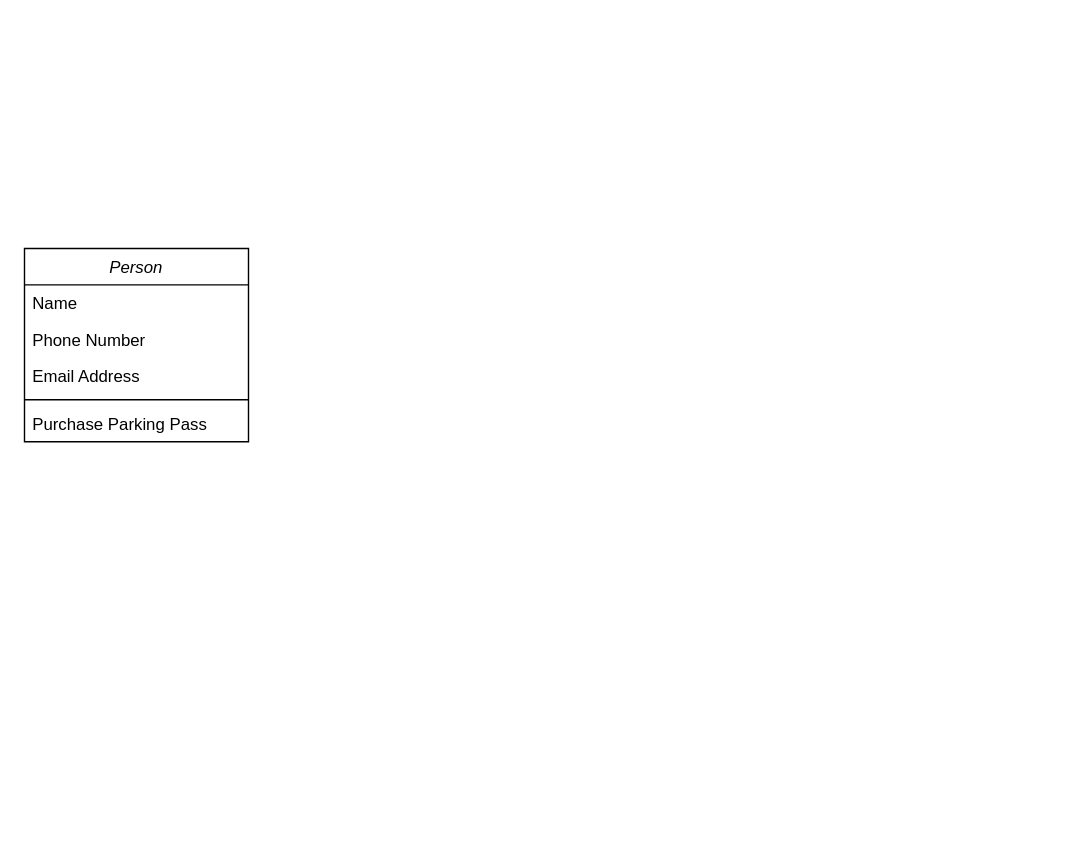
le-affes/ep_so keeps this draw.io diagram as ClassDiagram.drawio. Above is the earlier version. Source tidied: cells renumbered, new cells numbered last; positions are measured from the earlier drawing's top-left corner, leaving out a move shared by most shapes. Both pictures are drawn from the tidied source at 140%, with x=0, y=0 at pixel (24, 248).
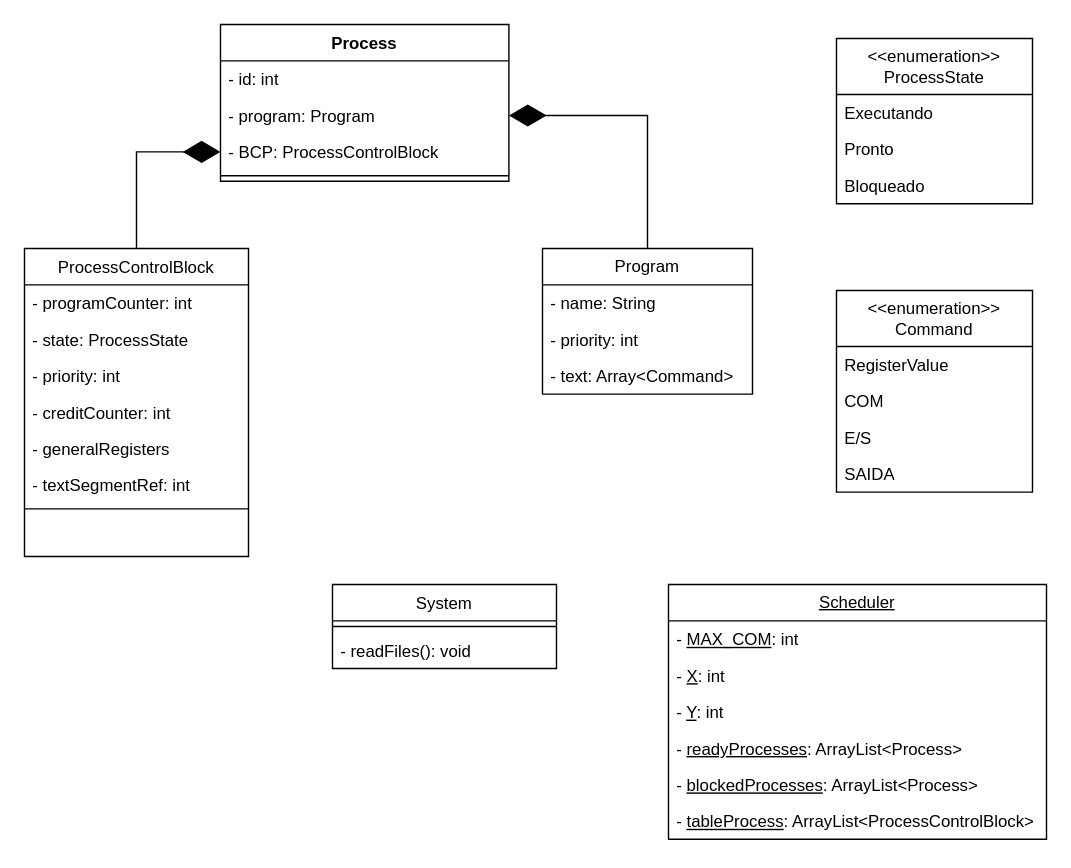
Above is the later version.

What changed in the source:
```diff
@@
+    <mxCell id="8" style="edgeStyle=orthogonalEdgeStyle;rounded=0;jettySize=auto;html=1;exitX=0.5;exitY=0;exitDx=0;exitDy=0;entryX=0;entryY=0.5;entryDx=0;entryDy=0;endArrow=diamondThin;endFill=1;strokeColor=default;endSize=24;" parent="1" edge="1" source="2" target="15">
+      <mxGeometry relative="1" as="geometry" />
+    </mxCell>
-    <mxCell id="2" value="Person" style="swimlane;fontStyle=2;align=center;verticalAlign=top;horizontal=1;startSize=26;rounded=0;shadow=0;strokeWidth=1;" parent="1" vertex="1">
-      <mxGeometry width="160" height="138" as="geometry" />
+    <mxCell id="2" value="ProcessControlBlock" style="swimlane;fontStyle=0;align=center;verticalAlign=top;horizontal=1;startSize=26;rounded=0;shadow=0;strokeWidth=1;" parent="1" vertex="1">
+      <mxGeometry width="160" height="220" as="geometry" />
     </mxCell>
-    <mxCell id="3" value="Name" style="text;align=left;verticalAlign=top;spacingLeft=4;spacingRight=4;overflow=hidden;" parent="2" vertex="1">
+    <mxCell id="3" value="- programCounter: int" style="text;align=left;verticalAlign=top;spacingLeft=4;spacingRight=4;overflow=hidden;" parent="2" vertex="1">
       <mxGeometry y="26" width="160" height="26" as="geometry" />
     </mxCell>
-    <mxCell id="4" value="Phone Number" style="text;align=left;verticalAlign=top;spacingLeft=4;spacingRight=4;overflow=hidden;rounded=0;shadow=0;html=0;" parent="2" vertex="1">
+    <mxCell id="4" value="- state: ProcessState" style="text;align=left;verticalAlign=top;spacingLeft=4;spacingRight=4;overflow=hidden;rounded=0;shadow=0;html=0;" parent="2" vertex="1">
       <mxGeometry y="52" width="160" height="26" as="geometry" />
     </mxCell>
-    <mxCell id="5" value="Email Address" style="text;align=left;verticalAlign=top;spacingLeft=4;spacingRight=4;overflow=hidden;rounded=0;shadow=0;html=0;" parent="2" vertex="1">
+    <mxCell id="5" value="- priority: int" style="text;align=left;verticalAlign=top;spacingLeft=4;spacingRight=4;overflow=hidden;rounded=0;shadow=0;html=0;" parent="2" vertex="1">
       <mxGeometry y="78" width="160" height="26" as="geometry" />
     </mxCell>
+    <mxCell id="9" value="- creditCounter: int" style="text;align=left;verticalAlign=top;spacingLeft=4;spacingRight=4;overflow=hidden;rounded=0;shadow=0;html=0;" parent="2" vertex="1">
+      <mxGeometry y="104" width="160" height="26" as="geometry" />
+    </mxCell>
+    <mxCell id="10" value="- generalRegisters" style="text;align=left;verticalAlign=top;spacingLeft=4;spacingRight=4;overflow=hidden;rounded=0;shadow=0;html=0;" parent="2" vertex="1">
+      <mxGeometry y="130" width="160" height="26" as="geometry" />
+    </mxCell>
+    <mxCell id="11" value="- textSegmentRef: int" style="text;align=left;verticalAlign=top;spacingLeft=4;spacingRight=4;overflow=hidden;" parent="2" vertex="1">
+      <mxGeometry y="156" width="160" height="26" as="geometry" />
+    </mxCell>
     <mxCell id="6" style="line;html=1;strokeWidth=1;align=left;verticalAlign=middle;spacingTop=-1;spacingLeft=3;spacingRight=3;labelPosition=right;" parent="2" vertex="1">
-      <mxGeometry y="104" width="160" height="8" as="geometry" />
+      <mxGeometry y="182" width="160" height="8" as="geometry" />
     </mxCell>
-    <mxCell id="7" value="Purchase Parking Pass" style="text;align=left;verticalAlign=top;spacingLeft=4;spacingRight=4;overflow=hidden;" parent="2" vertex="1">
-      <mxGeometry y="112" width="160" height="26" as="geometry" />
-    </mxCell>
+    <mxCell id="12" value="Process" style="swimlane;fontStyle=1;align=center;verticalAlign=top;horizontal=1;startSize=26;whiteSpace=wrap;html=1;" parent="1" vertex="1">
+      <mxGeometry x="140" y="-160" width="206" height="112" as="geometry" />
+    </mxCell>
+    <mxCell id="13" value="- id: int" style="text;strokeColor=none;fillColor=none;align=left;verticalAlign=top;spacingLeft=4;spacingRight=4;overflow=hidden;whiteSpace=wrap;html=1;" parent="12" vertex="1">
+      <mxGeometry y="26" width="206" height="26" as="geometry" />
+    </mxCell>
+    <mxCell id="14" value="- program: Program" style="text;strokeColor=none;fillColor=none;align=left;verticalAlign=top;spacingLeft=4;spacingRight=4;overflow=hidden;points=[[0,0.5],[1,0.5]];portConstraint=eastwest;whiteSpace=wrap;html=1;" parent="12" vertex="1">
+      <mxGeometry y="52" width="206" height="26" as="geometry" />
+    </mxCell>
+    <mxCell id="15" value="- BCP: P&lt;span style=&quot;background-color: initial;&quot;&gt;rocessControlBlock&lt;/span&gt;" style="text;strokeColor=none;fillColor=none;align=left;verticalAlign=top;spacingLeft=4;spacingRight=4;overflow=hidden;points=[[0,0.5],[1,0.5]];portConstraint=eastwest;whiteSpace=wrap;html=1;" parent="12" vertex="1">
+      <mxGeometry y="78" width="206" height="26" as="geometry" />
+    </mxCell>
+    <mxCell id="16" style="line;strokeWidth=1;fillColor=none;align=left;verticalAlign=middle;spacingTop=-1;spacingLeft=3;spacingRight=3;labelPosition=right;strokeColor=inherit;" parent="12" vertex="1">
+      <mxGeometry y="104" width="206" height="8" as="geometry" />
+    </mxCell>
+    <mxCell id="17" value="&lt;u&gt;Scheduler&lt;/u&gt;" style="swimlane;fontStyle=0;horizontal=1;startSize=26;fillColor=none;whiteSpace=wrap;html=1;" parent="1" vertex="1">
+      <mxGeometry x="460" y="240" width="270" height="182" as="geometry" />
+    </mxCell>
+    <mxCell id="18" value="- &lt;u&gt;MAX_COM&lt;/u&gt;: int" style="text;strokeColor=none;fillColor=none;align=left;verticalAlign=top;spacingLeft=4;spacingRight=4;overflow=hidden;whiteSpace=wrap;html=1;" parent="17" vertex="1">
+      <mxGeometry y="26" width="270" height="26" as="geometry" />
+    </mxCell>
+    <mxCell id="19" value="- &lt;u&gt;X&lt;/u&gt;: int" style="text;strokeColor=none;fillColor=none;align=left;verticalAlign=top;spacingLeft=4;spacingRight=4;overflow=hidden;whiteSpace=wrap;html=1;" parent="17" vertex="1">
+      <mxGeometry y="52" width="270" height="26" as="geometry" />
+    </mxCell>
+    <mxCell id="20" value="- &lt;u&gt;Y&lt;/u&gt;: int" style="text;strokeColor=none;fillColor=none;align=left;verticalAlign=top;spacingLeft=4;spacingRight=4;overflow=hidden;whiteSpace=wrap;html=1;" parent="17" vertex="1">
+      <mxGeometry y="78" width="270" height="26" as="geometry" />
+    </mxCell>
+    <mxCell id="21" value="- &lt;u&gt;readyProcesses&lt;/u&gt;: ArrayList&amp;lt;Process&amp;gt;" style="text;strokeColor=none;fillColor=none;align=left;verticalAlign=top;spacingLeft=4;spacingRight=4;overflow=hidden;whiteSpace=wrap;html=1;" parent="17" vertex="1">
+      <mxGeometry y="104" width="270" height="26" as="geometry" />
+    </mxCell>
+    <mxCell id="22" value="- &lt;u&gt;blockedProcesses&lt;/u&gt;: ArrayList&amp;lt;Process&amp;gt;" style="text;strokeColor=none;fillColor=none;align=left;verticalAlign=top;spacingLeft=4;spacingRight=4;overflow=hidden;whiteSpace=wrap;html=1;" parent="17" vertex="1">
+      <mxGeometry y="130" width="270" height="26" as="geometry" />
+    </mxCell>
+    <mxCell id="23" value="- &lt;u&gt;tableProcess&lt;/u&gt;: ArrayList&amp;lt;&lt;span style=&quot;text-align: center; text-wrap: nowrap;&quot;&gt;ProcessControlBlock&lt;/span&gt;&amp;gt;" style="text;strokeColor=none;fillColor=none;align=left;verticalAlign=top;spacingLeft=4;spacingRight=4;overflow=hidden;whiteSpace=wrap;html=1;" parent="17" vertex="1">
+      <mxGeometry y="156" width="270" height="26" as="geometry" />
+    </mxCell>
+    <mxCell id="24" value="&amp;lt;&amp;lt;enumeration&amp;gt;&amp;gt;&lt;br&gt;ProcessState" style="swimlane;fontStyle=0;horizontal=1;startSize=40;fillColor=none;whiteSpace=wrap;html=1;" parent="1" vertex="1">
+      <mxGeometry x="580" y="-150" width="140" height="118" as="geometry" />
+    </mxCell>
+    <mxCell id="25" value="Executando" style="text;strokeColor=none;fillColor=none;align=left;verticalAlign=top;spacingLeft=4;spacingRight=4;overflow=hidden;whiteSpace=wrap;html=1;" parent="24" vertex="1">
+      <mxGeometry y="40" width="140" height="26" as="geometry" />
+    </mxCell>
+    <mxCell id="26" value="Pronto" style="text;strokeColor=none;fillColor=none;align=left;verticalAlign=top;spacingLeft=4;spacingRight=4;overflow=hidden;whiteSpace=wrap;html=1;" parent="24" vertex="1">
+      <mxGeometry y="66" width="140" height="26" as="geometry" />
+    </mxCell>
+    <mxCell id="27" value="Bloqueado" style="text;strokeColor=none;fillColor=none;align=left;verticalAlign=top;spacingLeft=4;spacingRight=4;overflow=hidden;whiteSpace=wrap;html=1;" parent="24" vertex="1">
+      <mxGeometry y="92" width="140" height="26" as="geometry" />
+    </mxCell>
+    <mxCell id="28" style="edgeStyle=orthogonalEdgeStyle;rounded=0;jettySize=auto;html=1;exitX=0.5;exitY=0;exitDx=0;exitDy=0;entryX=1;entryY=0.5;entryDx=0;entryDy=0;endSize=24;endArrow=diamondThin;endFill=1;" parent="1" edge="1" source="29" target="14">
+      <mxGeometry relative="1" as="geometry" />
+    </mxCell>
+    <mxCell id="29" value="Program" style="swimlane;fontStyle=0;horizontal=1;startSize=26;fillColor=none;whiteSpace=wrap;html=1;" parent="1" vertex="1">
+      <mxGeometry x="370" width="150" height="104" as="geometry" />
+    </mxCell>
+    <mxCell id="30" value="- name: String" style="text;strokeColor=none;fillColor=none;align=left;verticalAlign=top;spacingLeft=4;spacingRight=4;overflow=hidden;whiteSpace=wrap;html=1;" parent="29" vertex="1">
+      <mxGeometry y="26" width="150" height="26" as="geometry" />
+    </mxCell>
+    <mxCell id="31" value="- priority: int" style="text;strokeColor=none;fillColor=none;align=left;verticalAlign=top;spacingLeft=4;spacingRight=4;overflow=hidden;whiteSpace=wrap;html=1;" parent="29" vertex="1">
+      <mxGeometry y="52" width="150" height="26" as="geometry" />
+    </mxCell>
+    <mxCell id="32" value="- text: Array&amp;lt;Command&amp;gt;" style="text;strokeColor=none;fillColor=none;align=left;verticalAlign=top;spacingLeft=4;spacingRight=4;overflow=hidden;whiteSpace=wrap;html=1;" parent="29" vertex="1">
+      <mxGeometry y="78" width="150" height="26" as="geometry" />
+    </mxCell>
+    <mxCell id="33" value="System" style="swimlane;fontStyle=0;align=center;verticalAlign=top;horizontal=1;startSize=26;rounded=0;shadow=0;strokeWidth=1;" parent="1" vertex="1">
+      <mxGeometry x="220" y="240" width="160" height="60" as="geometry" />
+    </mxCell>
+    <mxCell id="34" style="line;html=1;strokeWidth=1;align=left;verticalAlign=middle;spacingTop=-1;spacingLeft=3;spacingRight=3;labelPosition=right;" parent="33" vertex="1">
+      <mxGeometry y="26" width="160" height="8" as="geometry" />
+    </mxCell>
+    <mxCell id="35" value="- readFiles(): void" style="text;align=left;verticalAlign=top;spacingLeft=4;spacingRight=4;overflow=hidden;" parent="33" vertex="1">
+      <mxGeometry y="34" width="160" height="26" as="geometry" />
+    </mxCell>
+    <mxCell id="36" value="&amp;lt;&amp;lt;enumeration&amp;gt;&amp;gt;&lt;br&gt;Command" style="swimlane;fontStyle=0;horizontal=1;startSize=40;fillColor=none;whiteSpace=wrap;html=1;" parent="1" vertex="1">
+      <mxGeometry x="580" y="30" width="140" height="144" as="geometry" />
+    </mxCell>
+    <mxCell id="37" value="RegisterValue" style="text;strokeColor=none;fillColor=none;align=left;verticalAlign=top;spacingLeft=4;spacingRight=4;overflow=hidden;whiteSpace=wrap;html=1;" parent="36" vertex="1">
+      <mxGeometry y="40" width="140" height="26" as="geometry" />
+    </mxCell>
+    <mxCell id="38" value="COM" style="text;strokeColor=none;fillColor=none;align=left;verticalAlign=top;spacingLeft=4;spacingRight=4;overflow=hidden;whiteSpace=wrap;html=1;" parent="36" vertex="1">
+      <mxGeometry y="66" width="140" height="26" as="geometry" />
+    </mxCell>
+    <mxCell id="39" value="E/S" style="text;strokeColor=none;fillColor=none;align=left;verticalAlign=top;spacingLeft=4;spacingRight=4;overflow=hidden;whiteSpace=wrap;html=1;" parent="36" vertex="1">
+      <mxGeometry y="92" width="140" height="26" as="geometry" />
+    </mxCell>
+    <mxCell id="40" value="SAIDA" style="text;strokeColor=none;fillColor=none;align=left;verticalAlign=top;spacingLeft=4;spacingRight=4;overflow=hidden;whiteSpace=wrap;html=1;" parent="36" vertex="1">
+      <mxGeometry y="118" width="140" height="26" as="geometry" />
+    </mxCell>
```
